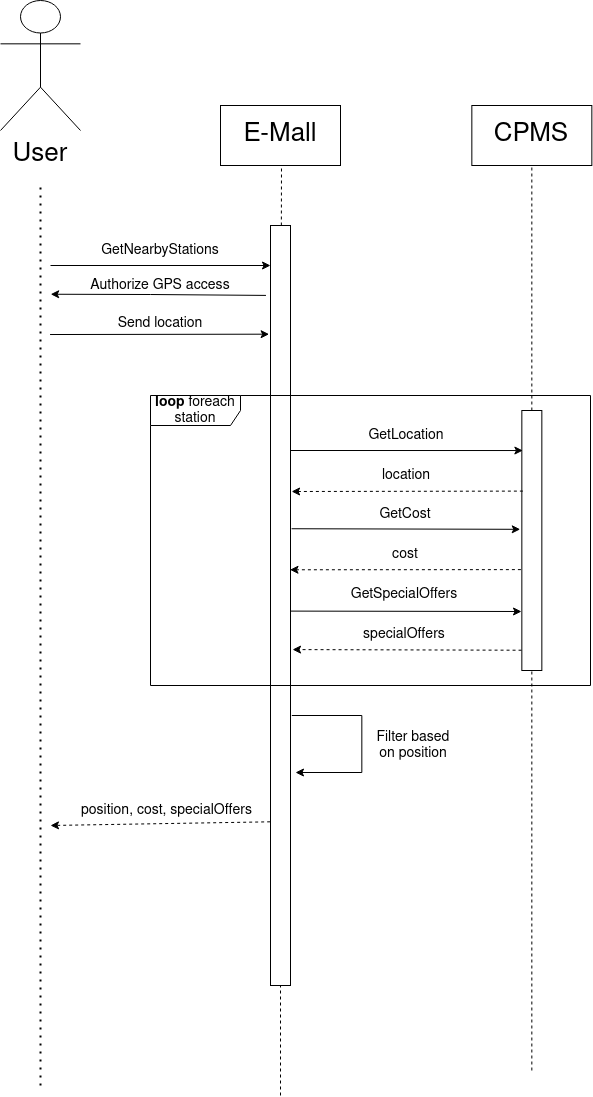
Above: deliverables/sequence_diagrams/get_nearby_stations.png in nicolasbenatti/BenattiBiasioloSimonin (draw.io), before the change. Source tidied: cells renumbered, new cells last; positions are measured from the earlier drawing's top-left corner, leaving out a move shared by most shapes.
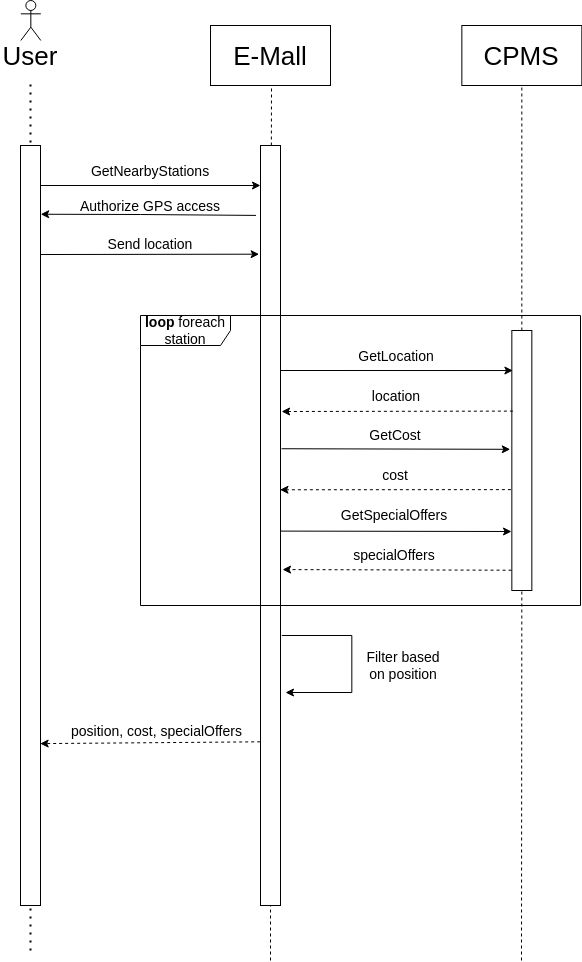
Above is the later version.

The edit, as a diff of the source:
```diff
@@ -2,129 +2,128 @@
   <root>
     <mxCell id="0" />
     <mxCell id="1" parent="0" />
-    <mxCell id="2" style="endArrow=none;html=1;rounded=0;entryX=0.5;entryY=1;entryDx=0;entryDy=0;startArrow=none;dashed=1;" parent="1" edge="1" source="6">
-      <mxGeometry relative="1" as="geometry">
-        <mxPoint x="281" y="165" as="targetPoint" />
-      </mxGeometry>
-    </mxCell>
+    <mxCell id="36" style="endArrow=none;html=1;rounded=0;entryX=0.5;entryY=1;entryDx=0;entryDy=0;startArrow=none;dashed=1;" parent="1" edge="1" source="38">
+      <mxGeometry relative="1" as="geometry">
+        <mxPoint x="281" y="165" as="targetPoint" />
+      </mxGeometry>
+    </mxCell>
     <mxCell id="3" value="&lt;font style=&quot;font-size: 26px;&quot;&gt;User&lt;/font&gt;" style="text;html=1;strokeColor=none;fillColor=none;align=center;verticalAlign=middle;whiteSpace=wrap;rounded=0;" parent="1" vertex="1">
-      <mxGeometry x="10" y="140" width="60" height="30" as="geometry" />
+      <mxGeometry x="10.3" y="120" width="60" height="30" as="geometry" />
     </mxCell>
-    <mxCell id="4" style="shape=umlActor;verticalLabelPosition=bottom;verticalAlign=top;html=1;fontSize=26;" parent="1" vertex="1">
-      <mxGeometry width="80" height="130" as="geometry" />
-    </mxCell>
+    <mxCell id="37" style="shape=umlActor;verticalLabelPosition=bottom;verticalAlign=top;html=1;fontSize=26;" parent="1" vertex="1">
+      <mxGeometry x="30.3" y="80" width="20" height="40" as="geometry" />
+    </mxCell>
     <mxCell id="5" value="E-Mall" style="rounded=0;whiteSpace=wrap;html=1;fontSize=26;" parent="1" vertex="1">
       <mxGeometry x="220" y="105" width="120" height="60" as="geometry" />
     </mxCell>
-    <mxCell id="6" style="rounded=0;whiteSpace=wrap;html=1;" parent="1" vertex="1">
-      <mxGeometry x="270" y="225" width="20" height="760" as="geometry" />
-    </mxCell>
-    <mxCell id="7" style="endArrow=none;html=1;rounded=0;fontSize=12;entryX=0.5;entryY=1;entryDx=0;entryDy=0;dashed=1;" parent="1" edge="1" target="6">
-      <mxGeometry relative="1" as="geometry">
-        <mxPoint x="280" y="1095" as="sourcePoint" />
-      </mxGeometry>
-    </mxCell>
-    <mxCell id="8" style="endArrow=none;html=1;rounded=0;startArrow=none;dashed=1;exitX=0.5;exitY=0;exitDx=0;exitDy=0;entryX=0.5;entryY=1;entryDx=0;entryDy=0;" parent="1" edge="1" source="9" target="29">
-      <mxGeometry relative="1" as="geometry" />
-    </mxCell>
-    <mxCell id="9" style="rounded=0;whiteSpace=wrap;html=1;fontSize=14;" parent="1" vertex="1">
-      <mxGeometry x="521.3" y="410" width="20" height="260" as="geometry" />
-    </mxCell>
-    <mxCell id="10" style="endArrow=none;html=1;rounded=0;fontSize=12;entryX=0.5;entryY=1;entryDx=0;entryDy=0;dashed=1;" parent="1" edge="1" target="9">
-      <mxGeometry relative="1" as="geometry">
-        <mxPoint x="531.3" y="1070" as="sourcePoint" />
-      </mxGeometry>
-    </mxCell>
-    <mxCell id="11" style="endArrow=classic;html=1;rounded=0;fontSize=14;" parent="1" edge="1">
-      <mxGeometry relative="1" as="geometry">
-        <mxPoint x="50" y="265" as="sourcePoint" />
-        <mxPoint x="270" y="265" as="targetPoint" />
-      </mxGeometry>
-    </mxCell>
+    <mxCell id="38" style="rounded=0;whiteSpace=wrap;html=1;" parent="1" vertex="1">
+      <mxGeometry x="270" y="225" width="20" height="760" as="geometry" />
+    </mxCell>
+    <mxCell id="39" style="endArrow=none;html=1;rounded=0;fontSize=12;entryX=0.5;entryY=1;entryDx=0;entryDy=0;dashed=1;" parent="1" edge="1" target="38">
+      <mxGeometry relative="1" as="geometry">
+        <mxPoint x="280" y="1040" as="sourcePoint" />
+      </mxGeometry>
+    </mxCell>
+    <mxCell id="40" style="endArrow=none;html=1;rounded=0;startArrow=none;dashed=1;exitX=0.5;exitY=0;exitDx=0;exitDy=0;entryX=0.5;entryY=1;entryDx=0;entryDy=0;" parent="1" edge="1" source="41" target="29">
+      <mxGeometry relative="1" as="geometry" />
+    </mxCell>
+    <mxCell id="41" style="rounded=0;whiteSpace=wrap;html=1;fontSize=14;" parent="1" vertex="1">
+      <mxGeometry x="521.3" y="410" width="20" height="260" as="geometry" />
+    </mxCell>
+    <mxCell id="42" style="endArrow=none;html=1;rounded=0;fontSize=12;entryX=0.5;entryY=1;entryDx=0;entryDy=0;dashed=1;" parent="1" edge="1" target="41">
+      <mxGeometry relative="1" as="geometry">
+        <mxPoint x="531" y="1040" as="sourcePoint" />
+      </mxGeometry>
+    </mxCell>
+    <mxCell id="43" style="endArrow=classic;html=1;rounded=0;fontSize=14;" parent="1" edge="1">
+      <mxGeometry relative="1" as="geometry">
+        <mxPoint x="50" y="265" as="sourcePoint" />
+        <mxPoint x="270" y="265" as="targetPoint" />
+      </mxGeometry>
+    </mxCell>
     <mxCell id="12" value="GetNearbyStations" style="text;html=1;strokeColor=none;fillColor=none;align=center;verticalAlign=middle;whiteSpace=wrap;rounded=0;fontSize=14;" parent="1" vertex="1">
       <mxGeometry x="100" y="235" width="120" height="30" as="geometry" />
     </mxCell>
-    <mxCell id="13" style="endArrow=classic;html=1;rounded=0;entryX=0.052;entryY=0.154;entryDx=0;entryDy=0;entryPerimeter=0;fontSize=14;" parent="1" edge="1" target="9">
-      <mxGeometry relative="1" as="geometry">
-        <mxPoint x="290" y="450" as="sourcePoint" />
-      </mxGeometry>
-    </mxCell>
+    <mxCell id="44" style="endArrow=classic;html=1;rounded=0;entryX=0.052;entryY=0.154;entryDx=0;entryDy=0;entryPerimeter=0;fontSize=14;" parent="1" edge="1" target="41">
+      <mxGeometry relative="1" as="geometry">
+        <mxPoint x="290" y="450" as="sourcePoint" />
+      </mxGeometry>
+    </mxCell>
     <mxCell id="14" value="GetLocation" style="text;html=1;strokeColor=none;fillColor=none;align=center;verticalAlign=middle;whiteSpace=wrap;rounded=0;fontSize=14;" parent="1" vertex="1">
       <mxGeometry x="331.2" y="420" width="150" height="30" as="geometry" />
     </mxCell>
-    <mxCell id="15" style="endArrow=classic;html=1;rounded=0;entryX=1.055;entryY=0.35;entryDx=0;entryDy=0;entryPerimeter=0;exitX=0.052;exitY=0.31;exitDx=0;exitDy=0;exitPerimeter=0;dashed=1;fontSize=14;" parent="1" edge="1" source="9" target="6">
-      <mxGeometry relative="1" as="geometry" />
-    </mxCell>
+    <mxCell id="45" style="endArrow=classic;html=1;rounded=0;entryX=1.055;entryY=0.35;entryDx=0;entryDy=0;entryPerimeter=0;exitX=0.052;exitY=0.31;exitDx=0;exitDy=0;exitPerimeter=0;dashed=1;fontSize=14;" parent="1" edge="1" source="41" target="38">
+      <mxGeometry relative="1" as="geometry" />
+    </mxCell>
     <mxCell id="16" value="location" style="text;html=1;strokeColor=none;fillColor=none;align=center;verticalAlign=middle;whiteSpace=wrap;rounded=0;fontSize=14;" parent="1" vertex="1">
       <mxGeometry x="331.2" y="460" width="150" height="30" as="geometry" />
     </mxCell>
-    <mxCell id="17" style="endArrow=classic;html=1;rounded=0;exitX=1.055;exitY=0.399;exitDx=0;exitDy=0;exitPerimeter=0;entryX=-0.08;entryY=0.457;entryDx=0;entryDy=0;entryPerimeter=0;fontSize=14;" parent="1" edge="1" source="6" target="9">
-      <mxGeometry relative="1" as="geometry" />
-    </mxCell>
+    <mxCell id="46" style="endArrow=classic;html=1;rounded=0;exitX=1.055;exitY=0.399;exitDx=0;exitDy=0;exitPerimeter=0;entryX=-0.08;entryY=0.457;entryDx=0;entryDy=0;entryPerimeter=0;fontSize=14;" parent="1" edge="1" source="38" target="41">
+      <mxGeometry relative="1" as="geometry" />
+    </mxCell>
     <mxCell id="18" value="GetCost" style="text;html=1;strokeColor=none;fillColor=none;align=center;verticalAlign=middle;whiteSpace=wrap;rounded=0;fontSize=14;" parent="1" vertex="1">
       <mxGeometry x="330.1" y="499.3" width="150" height="30" as="geometry" />
     </mxCell>
-    <mxCell id="19" style="endArrow=classic;html=1;rounded=0;exitX=-0.047;exitY=0.612;exitDx=0;exitDy=0;exitPerimeter=0;entryX=0.974;entryY=0.453;entryDx=0;entryDy=0;entryPerimeter=0;dashed=1;fontSize=14;" parent="1" edge="1" source="9" target="6">
-      <mxGeometry relative="1" as="geometry" />
-    </mxCell>
+    <mxCell id="47" style="endArrow=classic;html=1;rounded=0;exitX=-0.047;exitY=0.612;exitDx=0;exitDy=0;exitPerimeter=0;entryX=0.974;entryY=0.453;entryDx=0;entryDy=0;entryPerimeter=0;dashed=1;fontSize=14;" parent="1" edge="1" source="41" target="38">
+      <mxGeometry relative="1" as="geometry" />
+    </mxCell>
     <mxCell id="20" value="cost" style="text;html=1;strokeColor=none;fillColor=none;align=center;verticalAlign=middle;whiteSpace=wrap;rounded=0;fontSize=14;" parent="1" vertex="1">
       <mxGeometry x="330.1" y="539.3" width="150" height="30" as="geometry" />
     </mxCell>
-    <mxCell id="21" style="endArrow=classic;html=1;rounded=0;exitX=1.014;exitY=0.51;exitDx=0;exitDy=0;exitPerimeter=0;fontSize=14;" parent="1" edge="1">
-      <mxGeometry relative="1" as="geometry">
-        <mxPoint x="290.3" y="610.6" as="sourcePoint" />
-        <mxPoint x="521" y="611" as="targetPoint" />
-      </mxGeometry>
-    </mxCell>
+    <mxCell id="48" style="endArrow=classic;html=1;rounded=0;exitX=1.014;exitY=0.51;exitDx=0;exitDy=0;exitPerimeter=0;fontSize=14;" parent="1" edge="1">
+      <mxGeometry relative="1" as="geometry">
+        <mxPoint x="290.3" y="610.6" as="sourcePoint" />
+        <mxPoint x="521" y="611" as="targetPoint" />
+      </mxGeometry>
+    </mxCell>
     <mxCell id="22" value="GetSpecialOffers" style="text;html=1;strokeColor=none;fillColor=none;align=center;verticalAlign=middle;whiteSpace=wrap;rounded=0;fontSize=14;" parent="1" vertex="1">
       <mxGeometry x="329" y="579.3" width="150" height="30" as="geometry" />
     </mxCell>
-    <mxCell id="23" style="endArrow=classic;html=1;rounded=0;entryX=0.998;entryY=0.428;entryDx=0;entryDy=0;entryPerimeter=0;exitX=-0.014;exitY=0.922;exitDx=0;exitDy=0;exitPerimeter=0;dashed=1;fontSize=14;" parent="1" edge="1" source="9">
-      <mxGeometry relative="1" as="geometry">
-        <mxPoint x="292" y="649.1" as="targetPoint" />
-      </mxGeometry>
-    </mxCell>
+    <mxCell id="49" style="endArrow=classic;html=1;rounded=0;entryX=0.998;entryY=0.428;entryDx=0;entryDy=0;entryPerimeter=0;exitX=-0.014;exitY=0.922;exitDx=0;exitDy=0;exitPerimeter=0;dashed=1;fontSize=14;" parent="1" edge="1" source="41">
+      <mxGeometry relative="1" as="geometry">
+        <mxPoint x="292" y="649.1" as="targetPoint" />
+      </mxGeometry>
+    </mxCell>
     <mxCell id="24" value="specialOffers" style="text;html=1;strokeColor=none;fillColor=none;align=center;verticalAlign=middle;whiteSpace=wrap;rounded=0;fontSize=14;" parent="1" vertex="1">
       <mxGeometry x="329" y="619.3" width="150" height="30" as="geometry" />
     </mxCell>
-    <mxCell id="25" style="endArrow=classic;html=1;rounded=0;exitX=1;exitY=0.75;exitDx=0;exitDy=0;fontSize=14;" parent="1" edge="1">
-      <mxGeometry relative="1" as="geometry">
-        <mxPoint x="291.3" y="715" as="sourcePoint" />
-        <mxPoint x="295" y="772" as="targetPoint" />
-        <Array as="points">
-          <mxPoint x="361.3" y="715" />
-          <mxPoint x="361.3" y="772" />
-        </Array>
-      </mxGeometry>
-    </mxCell>
+    <mxCell id="50" style="endArrow=classic;html=1;rounded=0;exitX=1;exitY=0.75;exitDx=0;exitDy=0;fontSize=14;" parent="1" edge="1">
+      <mxGeometry relative="1" as="geometry">
+        <mxPoint x="291.3" y="715" as="sourcePoint" />
+        <mxPoint x="295" y="772" as="targetPoint" />
+        <Array as="points">
+          <mxPoint x="361.3" y="715" />
+          <mxPoint x="361.3" y="772" />
+        </Array>
+      </mxGeometry>
+    </mxCell>
     <mxCell id="26" value="Filter based on position" style="text;html=1;strokeColor=none;fillColor=none;align=center;verticalAlign=middle;whiteSpace=wrap;rounded=0;fontSize=14;" parent="1" vertex="1">
       <mxGeometry x="370" y="730" width="85.7" height="30" as="geometry" />
     </mxCell>
-    <mxCell id="27" style="endArrow=classic;html=1;rounded=0;exitX=-0.017;exitY=0.982;exitDx=0;exitDy=0;exitPerimeter=0;dashed=1;fontSize=14;" parent="1" edge="1">
-      <mxGeometry relative="1" as="geometry">
-        <mxPoint x="269.7" y="821.3" as="sourcePoint" />
-        <mxPoint x="50" y="825" as="targetPoint" />
-      </mxGeometry>
-    </mxCell>
+    <mxCell id="51" style="endArrow=classic;html=1;rounded=0;exitX=-0.017;exitY=0.982;exitDx=0;exitDy=0;exitPerimeter=0;dashed=1;fontSize=14;entryX=0.983;entryY=0.787;entryDx=0;entryDy=0;entryPerimeter=0;" parent="1" edge="1" target="55">
+      <mxGeometry relative="1" as="geometry">
+        <mxPoint x="269.7" y="821.3" as="sourcePoint" />
+      </mxGeometry>
+    </mxCell>
     <mxCell id="28" value="position, cost, specialOffers" style="text;html=1;strokeColor=none;fillColor=none;align=center;verticalAlign=middle;whiteSpace=wrap;rounded=0;fontSize=14;" parent="1" vertex="1">
       <mxGeometry x="74" y="795" width="185" height="30" as="geometry" />
     </mxCell>
     <mxCell id="29" value="CPMS" style="rounded=0;whiteSpace=wrap;html=1;fontSize=26;" parent="1" vertex="1">
       <mxGeometry x="471.3" y="105" width="120" height="60" as="geometry" />
     </mxCell>
-    <mxCell id="30" style="endArrow=classic;html=1;rounded=0;entryX=1.009;entryY=0.087;entryDx=0;entryDy=0;entryPerimeter=0;exitX=-0.227;exitY=0.092;exitDx=0;exitDy=0;exitPerimeter=0;fontSize=14;" parent="1" edge="1" source="6">
-      <mxGeometry relative="1" as="geometry">
-        <mxPoint x="50.2" y="293.7" as="targetPoint" />
-        <Array as="points">
-          <mxPoint x="150" y="294" />
-        </Array>
-      </mxGeometry>
-    </mxCell>
-    <mxCell id="31" style="endArrow=classic;html=1;rounded=0;entryX=-0.069;entryY=0.143;entryDx=0;entryDy=0;entryPerimeter=0;exitX=0.978;exitY=0.138;exitDx=0;exitDy=0;exitPerimeter=0;fontSize=14;" parent="1" edge="1" target="6">
-      <mxGeometry relative="1" as="geometry">
-        <mxPoint x="49.6" y="334" as="sourcePoint" />
-      </mxGeometry>
-    </mxCell>
+    <mxCell id="52" style="endArrow=classic;html=1;rounded=0;entryX=1.009;entryY=0.087;entryDx=0;entryDy=0;entryPerimeter=0;exitX=-0.227;exitY=0.092;exitDx=0;exitDy=0;exitPerimeter=0;fontSize=14;" parent="1" edge="1" source="38">
+      <mxGeometry relative="1" as="geometry">
+        <mxPoint x="50.2" y="293.7" as="targetPoint" />
+        <Array as="points">
+          <mxPoint x="150" y="294" />
+        </Array>
+      </mxGeometry>
+    </mxCell>
+    <mxCell id="53" style="endArrow=classic;html=1;rounded=0;entryX=-0.069;entryY=0.143;entryDx=0;entryDy=0;entryPerimeter=0;exitX=0.978;exitY=0.138;exitDx=0;exitDy=0;exitPerimeter=0;fontSize=14;" parent="1" edge="1" target="38">
+      <mxGeometry relative="1" as="geometry">
+        <mxPoint x="49.6" y="334" as="sourcePoint" />
+      </mxGeometry>
+    </mxCell>
     <mxCell id="32" value="&lt;font style=&quot;font-size: 14px;&quot;&gt;Authorize GPS access&lt;/font&gt;" style="text;html=1;strokeColor=none;fillColor=none;align=center;verticalAlign=middle;whiteSpace=wrap;rounded=0;fontSize=14;" parent="1" vertex="1">
       <mxGeometry x="70.3" y="270" width="180" height="30" as="geometry" />
     </mxCell>
@@ -134,11 +133,14 @@
     <mxCell id="34" value="&lt;b&gt;loop&lt;/b&gt; foreach station" style="shape=umlFrame;whiteSpace=wrap;html=1;fontSize=14;width=90;height=30;" parent="1" vertex="1">
       <mxGeometry x="150" y="395" width="440" height="290" as="geometry" />
     </mxCell>
-    <mxCell id="35" style="endArrow=none;dashed=1;html=1;dashPattern=1 3;strokeWidth=2;rounded=0;fontSize=14;" parent="1" edge="1">
-      <mxGeometry relative="1" as="geometry">
-        <mxPoint x="40" y="1085" as="sourcePoint" />
-        <mxPoint x="40" y="185" as="targetPoint" />
-      </mxGeometry>
-    </mxCell>
+    <mxCell id="54" style="endArrow=none;dashed=1;html=1;dashPattern=1 3;strokeWidth=2;rounded=0;fontSize=14;" parent="1" edge="1">
+      <mxGeometry relative="1" as="geometry">
+        <mxPoint x="40" y="1030" as="sourcePoint" />
+        <mxPoint x="40" y="160" as="targetPoint" />
+      </mxGeometry>
+    </mxCell>
+    <mxCell id="55" style="rounded=0;whiteSpace=wrap;html=1;" parent="1" vertex="1">
+      <mxGeometry x="30" y="225" width="20" height="760" as="geometry" />
+    </mxCell>
   </root>
 </mxGraphModel>
```
